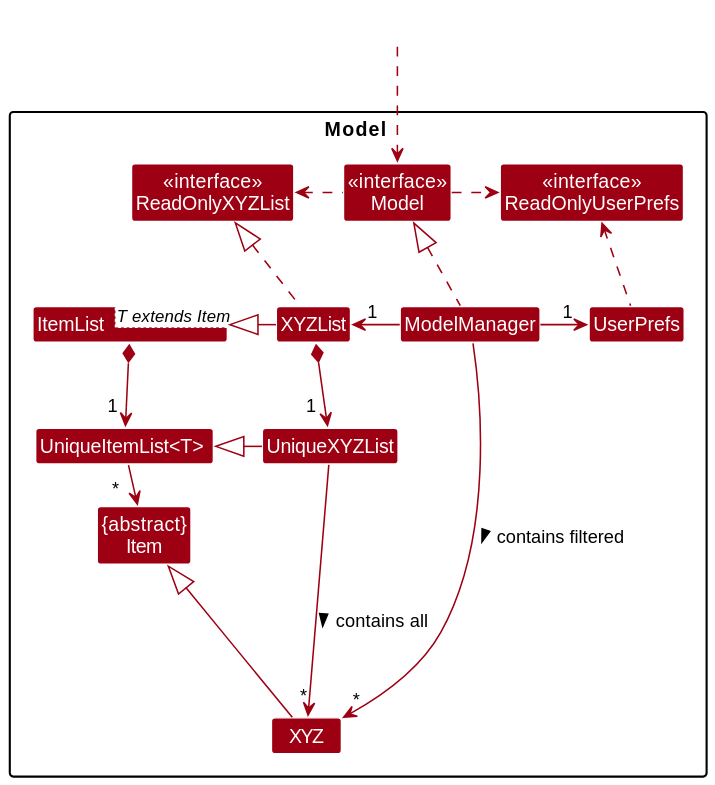
nus-cs2103-AY2223S2/tp keeps this PlantUML diagram as docs/images/ModelClassDiagram.svg. Above is the earlier version.
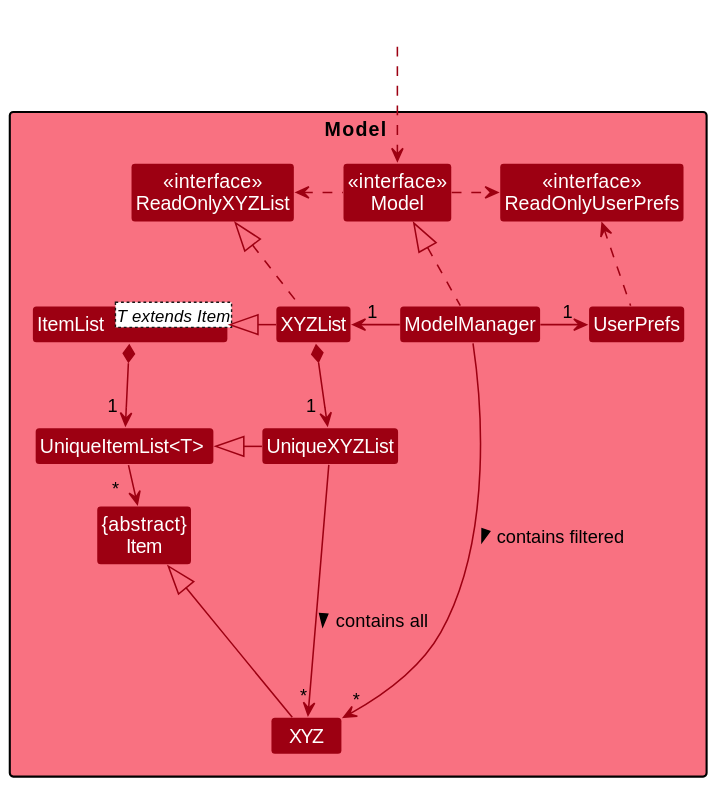
After the commit.

Diff of the diagram source:
```diff
@@ -6,7 +6,7 @@
 
 top to bottom direction
 
-package "Model " {
+package "Model " MODEL_COLOR_T1 {
 Class "<<interface>>\nReadOnlyXYZList" as ReadOnlyXYZList
 Class "<<interface>>\nReadOnlyUserPrefs" as ReadOnlyUserPrefs
 Class "<<interface>>\nModel" as Model
```
